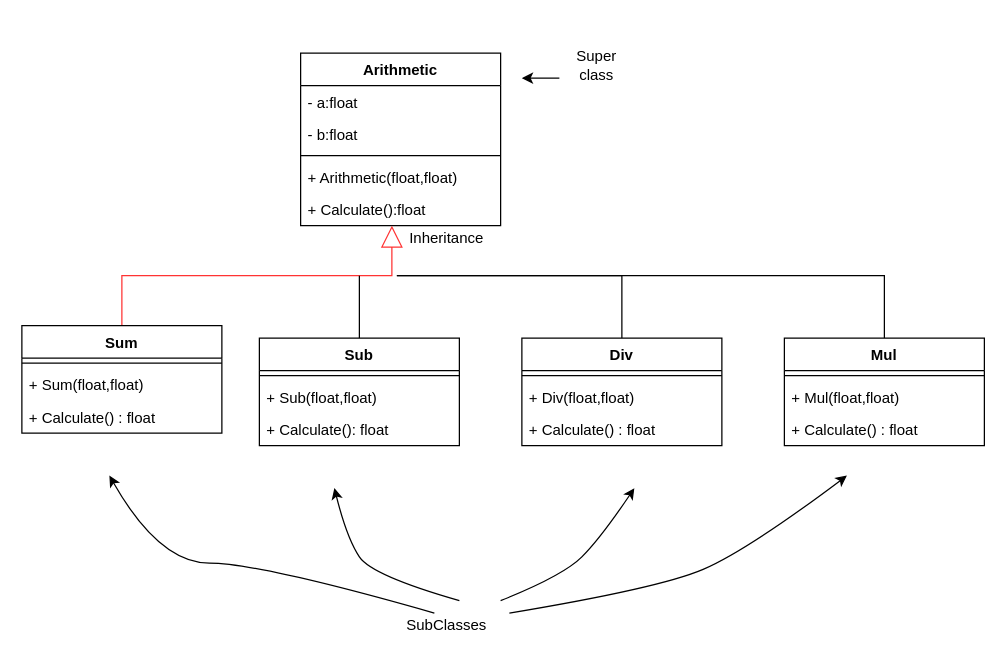
The draw.io diagram schema/arithmetic.drawio in deeperj/rust, before the edit. Source tidied: cells renumbered, new cells numbered last; positions are measured from the earlier drawing's top-left corner, leaving out a move shared by most shapes. Both pictures are drawn from the tidied source at 125%, with x=0, y=0 at pixel (21, 52).
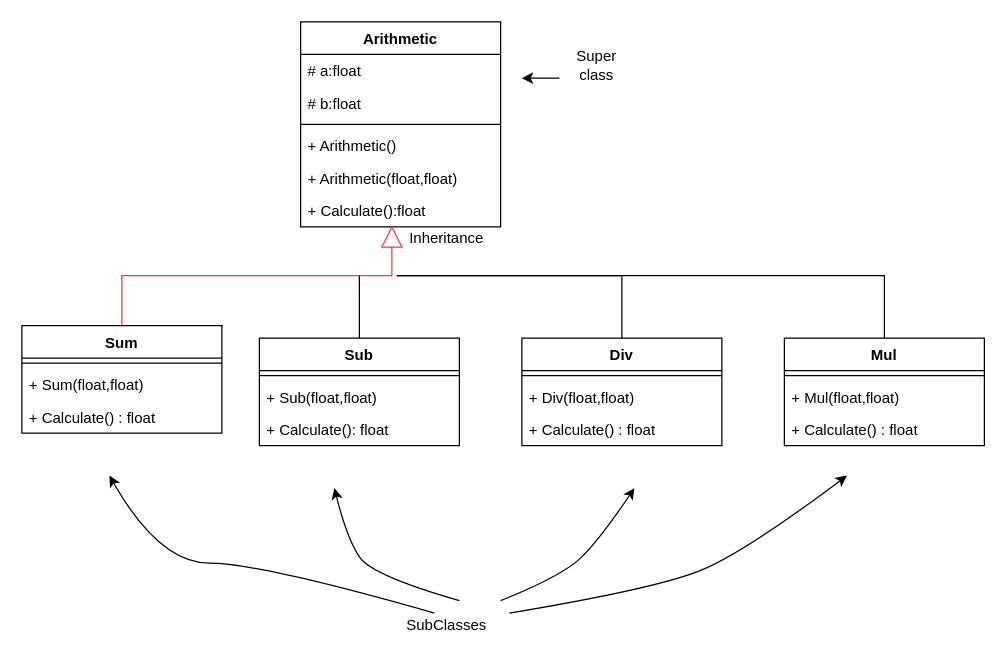
The same diagram, later.

What changed in the source:
```diff
@@
     <mxCell id="2" value="Arithmetic" style="swimlane;fontStyle=1;align=center;verticalAlign=top;horizontal=1;startSize=26;" parent="1" vertex="1">
-      <mxGeometry x="223" width="160" height="138" as="geometry" />
+      <mxGeometry x="223" y="-25" width="160" height="164" as="geometry" />
     </mxCell>
-    <mxCell id="3" value="- a:float" style="text;strokeColor=none;fillColor=none;align=left;verticalAlign=top;spacingLeft=4;spacingRight=4;overflow=hidden;" parent="2" vertex="1">
+    <mxCell id="3" value="# a:float" style="text;strokeColor=none;fillColor=none;align=left;verticalAlign=top;spacingLeft=4;spacingRight=4;overflow=hidden;" parent="2" vertex="1">
       <mxGeometry y="26" width="160" height="26" as="geometry" />
     </mxCell>
-    <mxCell id="4" value="- b:float" style="text;strokeColor=none;fillColor=none;align=left;verticalAlign=top;spacingLeft=4;spacingRight=4;overflow=hidden;" parent="2" vertex="1">
+    <mxCell id="4" value="# b:float" style="text;strokeColor=none;fillColor=none;align=left;verticalAlign=top;spacingLeft=4;spacingRight=4;overflow=hidden;" parent="2" vertex="1">
       <mxGeometry y="52" width="160" height="26" as="geometry" />
     </mxCell>
@@
-    <mxCell id="6" value="+ Arithmetic(float,float)" style="text;strokeColor=none;fillColor=none;align=left;verticalAlign=top;spacingLeft=4;spacingRight=4;overflow=hidden;" parent="2" vertex="1">
+    <mxCell id="6" value="+ Arithmetic()" style="text;strokeColor=none;fillColor=none;align=left;verticalAlign=top;spacingLeft=4;spacingRight=4;overflow=hidden;" parent="2" vertex="1">
       <mxGeometry y="86" width="160" height="26" as="geometry" />
     </mxCell>
+    <mxCell id="36" value="+ Arithmetic(float,float)" style="text;strokeColor=none;fillColor=none;align=left;verticalAlign=top;spacingLeft=4;spacingRight=4;overflow=hidden;" parent="2" vertex="1">
+      <mxGeometry y="112" width="160" height="26" as="geometry" />
+    </mxCell>
     <mxCell id="7" value="+ Calculate():float" style="text;strokeColor=none;fillColor=none;align=left;verticalAlign=top;spacingLeft=4;spacingRight=4;overflow=hidden;" parent="2" vertex="1">
-      <mxGeometry y="112" width="160" height="26" as="geometry" />
+      <mxGeometry y="138" width="160" height="26" as="geometry" />
     </mxCell>
```
